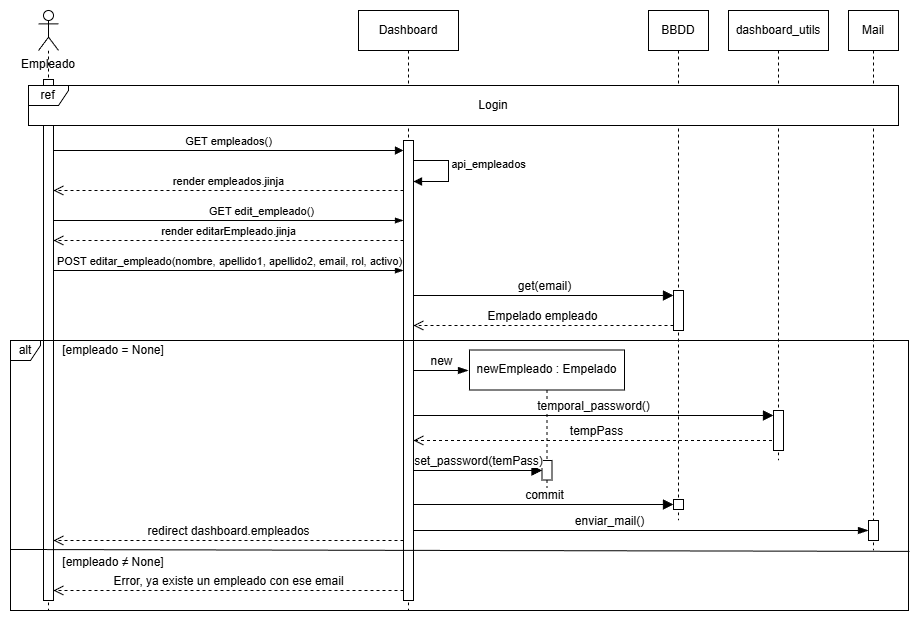
Earlier version of the draw.io export documents/img/diagramas/secuencia_crear_empleado.png (humaral/tfg). Source tidied: cells renumbered, new cells last; positions are measured from the earlier drawing's top-left corner, leaving out a move shared by most shapes.
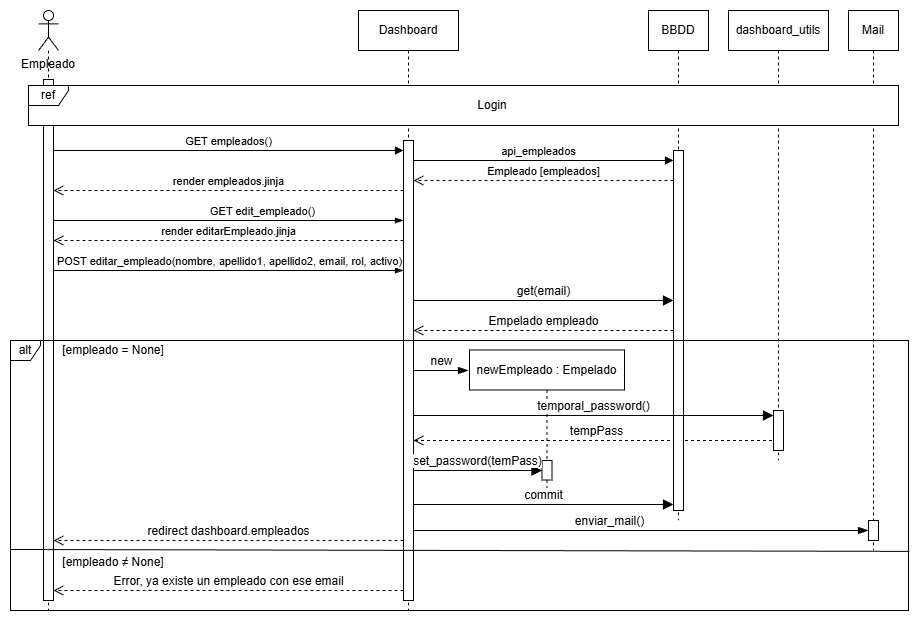
The same file after the commit.

Diff of the diagram source:
```diff
@@ -33,16 +33,6 @@
     <mxCell id="10" style="html=1;points=[[0,0,0,0,5],[0,1,0,0,-5],[1,0,0,0,5],[1,1,0,0,-5]];perimeter=orthogonalPerimeter;outlineConnect=0;targetShapes=umlLifeline;portConstraint=eastwest;newEdgeStyle={&quot;curved&quot;:0,&quot;rounded&quot;:0};" parent="9" vertex="1">
       <mxGeometry x="45" y="130" width="10" height="460" as="geometry" />
     </mxCell>
-    <mxCell id="11" value="api_empleados" style="html=1;verticalAlign=bottom;endArrow=block;curved=0;rounded=0;" parent="9" edge="1" source="10">
-      <mxGeometry x="0.05" y="40" relative="1" as="geometry">
-        <mxPoint x="55" y="171" as="targetPoint" />
-        <Array as="points">
-          <mxPoint x="70" y="150" />
-          <mxPoint x="90" y="150" />
-          <mxPoint x="90" y="171" />
-        </Array>
-      </mxGeometry>
-    </mxCell>
     <mxCell id="12" value="Empleado" style="text;html=1;whiteSpace=wrap;strokeColor=none;fillColor=none;align=center;verticalAlign=middle;rounded=0;" parent="1" vertex="1">
       <mxGeometry x="8" y="39" width="60" height="30" as="geometry" />
     </mxCell>
@@ -55,16 +45,13 @@
       <mxGeometry x="638" width="60" height="510" as="geometry" />
     </mxCell>
     <mxCell id="15" style="html=1;points=[[0,0,0,0,5],[0,1,0,0,-5],[1,0,0,0,5],[1,1,0,0,-5]];perimeter=orthogonalPerimeter;outlineConnect=0;targetShapes=umlLifeline;portConstraint=eastwest;newEdgeStyle={&quot;curved&quot;:0,&quot;rounded&quot;:0};" parent="14" vertex="1">
-      <mxGeometry x="25" y="280" width="10" height="40" as="geometry" />
+      <mxGeometry x="25" y="140" width="10" height="360" as="geometry" />
     </mxCell>
-    <mxCell id="16" style="html=1;points=[[0,0,0,0,5],[0,1,0,0,-5],[1,0,0,0,5],[1,1,0,0,-5]];perimeter=orthogonalPerimeter;outlineConnect=0;targetShapes=umlLifeline;portConstraint=eastwest;newEdgeStyle={&quot;curved&quot;:0,&quot;rounded&quot;:0};" parent="14" vertex="1">
-      <mxGeometry x="25" y="489" width="10" height="10" as="geometry" />
-    </mxCell>
     <mxCell id="17" value="ref" style="shape=umlFrame;whiteSpace=wrap;html=1;gradientColor=none;strokeColor=default;swimlaneFillColor=default;width=40;height=20;" parent="1" vertex="1">
       <mxGeometry x="18" y="75" width="870" height="40" as="geometry" />
     </mxCell>
     <mxCell id="18" value="Login" style="text;html=1;whiteSpace=wrap;strokeColor=none;fillColor=none;align=center;verticalAlign=middle;rounded=0;" parent="1" vertex="1">
-      <mxGeometry x="453" y="80" width="60" height="30" as="geometry" />
+      <mxGeometry x="452" y="80" width="60" height="30" as="geometry" />
     </mxCell>
     <mxCell id="19" style="edgeStyle=elbowEdgeStyle;fontSize=12;html=1;endArrow=blockThin;endFill=1;rounded=0;" parent="1" edge="1" source="8" target="10">
       <mxGeometry relative="1" as="geometry">
@@ -104,11 +91,19 @@
         <mxPoint x="34" y="-12" as="offset" />
       </mxGeometry>
     </mxCell>
-    <mxCell id="25" value="get(email)" style="html=1;verticalAlign=bottom;endArrow=block;curved=0;rounded=0;entryX=0;entryY=0;entryDx=0;entryDy=5;fontSize=12;startSize=8;endSize=8;" parent="1" edge="1" source="10" target="15">
-      <mxGeometry relative="1" as="geometry" />
+    <mxCell id="25" value="get(email)" style="html=1;verticalAlign=bottom;endArrow=block;curved=0;rounded=0;fontSize=12;startSize=8;endSize=8;" parent="1" edge="1" source="10" target="15">
+      <mxGeometry relative="1" as="geometry">
+        <Array as="points">
+          <mxPoint x="538" y="290" />
+        </Array>
+      </mxGeometry>
     </mxCell>
-    <mxCell id="26" value="Empelado empleado" style="html=1;verticalAlign=bottom;endArrow=open;dashed=1;endSize=8;curved=0;rounded=0;exitX=0;exitY=1;exitDx=0;exitDy=-5;fontSize=12;" parent="1" edge="1" source="15" target="10">
-      <mxGeometry relative="1" as="geometry" />
+    <mxCell id="26" value="Empelado empleado" style="html=1;verticalAlign=bottom;endArrow=open;dashed=1;endSize=8;curved=0;rounded=0;fontSize=12;" parent="1" edge="1" source="15" target="10">
+      <mxGeometry relative="1" as="geometry">
+        <Array as="points">
+          <mxPoint x="538" y="320" />
+        </Array>
+      </mxGeometry>
     </mxCell>
     <mxCell id="27" style="edgeStyle=none;rounded=0;orthogonalLoop=1;jettySize=auto;html=1;curved=0;exitX=0;exitY=0;exitDx=0;exitDy=5;exitPerimeter=0;" parent="1" edge="1">
       <mxGeometry relative="1" as="geometry">
@@ -161,8 +156,10 @@
     <mxCell id="37" value="temporal_password()" style="html=1;verticalAlign=bottom;endArrow=block;curved=0;rounded=0;entryX=0;entryY=0;entryDx=0;entryDy=5;fontSize=12;startSize=8;endSize=8;" parent="1" edge="1" source="10" target="4">
       <mxGeometry relative="1" as="geometry" />
     </mxCell>
-    <mxCell id="38" value="commit" style="html=1;verticalAlign=bottom;endArrow=block;curved=0;rounded=0;entryX=0;entryY=0;entryDx=0;entryDy=5;fontSize=12;startSize=8;endSize=8;" parent="1" edge="1" source="10" target="16">
-      <mxGeometry relative="1" as="geometry" />
+    <mxCell id="38" value="commit" style="html=1;verticalAlign=bottom;endArrow=block;curved=0;rounded=0;entryX=0;entryY=0;entryDx=0;entryDy=5;fontSize=12;startSize=8;endSize=8;" parent="1" edge="1" source="10">
+      <mxGeometry relative="1" as="geometry">
+        <mxPoint x="663" y="494" as="targetPoint" />
+      </mxGeometry>
     </mxCell>
     <mxCell id="39" style="edgeStyle=elbowEdgeStyle;fontSize=12;html=1;endArrow=blockThin;endFill=1;rounded=0;startSize=8;endSize=8;curved=1;" parent="1" edge="1" source="10" target="6">
       <mxGeometry relative="1" as="geometry">
@@ -190,5 +187,20 @@
         </Array>
       </mxGeometry>
     </mxCell>
+    <mxCell id="11" value="api_empleados" style="html=1;verticalAlign=bottom;endArrow=block;curved=0;rounded=0;" parent="1" edge="1" source="10" target="15">
+      <mxGeometry x="-0.04" relative="1" as="geometry">
+        <Array as="points">
+          <mxPoint x="418" y="150" />
+          <mxPoint x="438" y="150" />
+        </Array>
+      </mxGeometry>
+    </mxCell>
+    <mxCell id="43" value="Empleado [empleados]" style="html=1;verticalAlign=bottom;endArrow=open;dashed=1;endSize=8;curved=0;rounded=0;" parent="1" edge="1" source="15" target="10">
+      <mxGeometry relative="1" as="geometry">
+        <Array as="points">
+          <mxPoint x="528" y="170" />
+        </Array>
+      </mxGeometry>
+    </mxCell>
   </root>
 </mxGraphModel>
```
